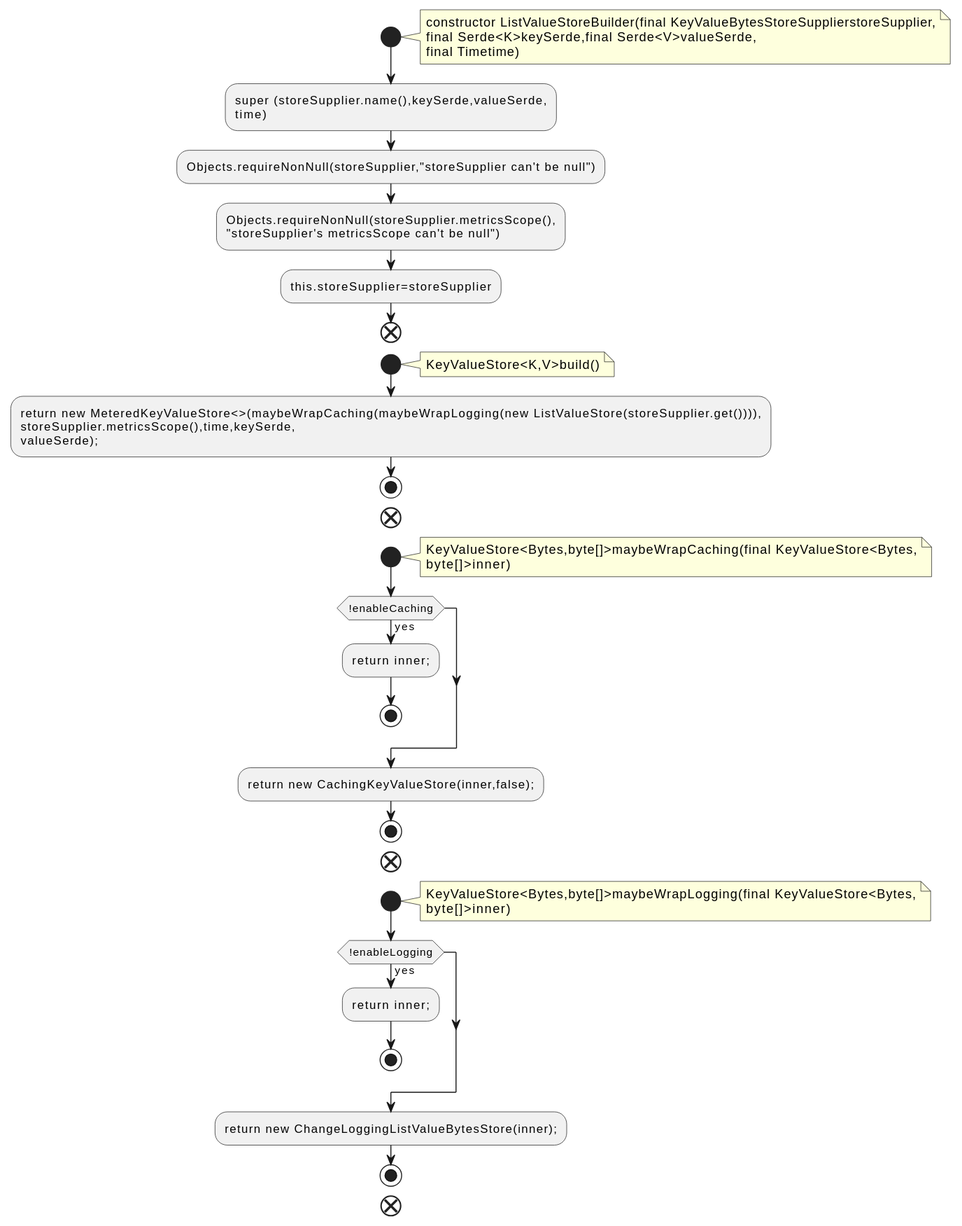
Before: docs/qc/streams/src/main/java/org/apache/kafka/streams/state/internals/ListValueStoreBuilder.java.fct.svg, a diagram exported from PlantUML (qualitesys/kafka).
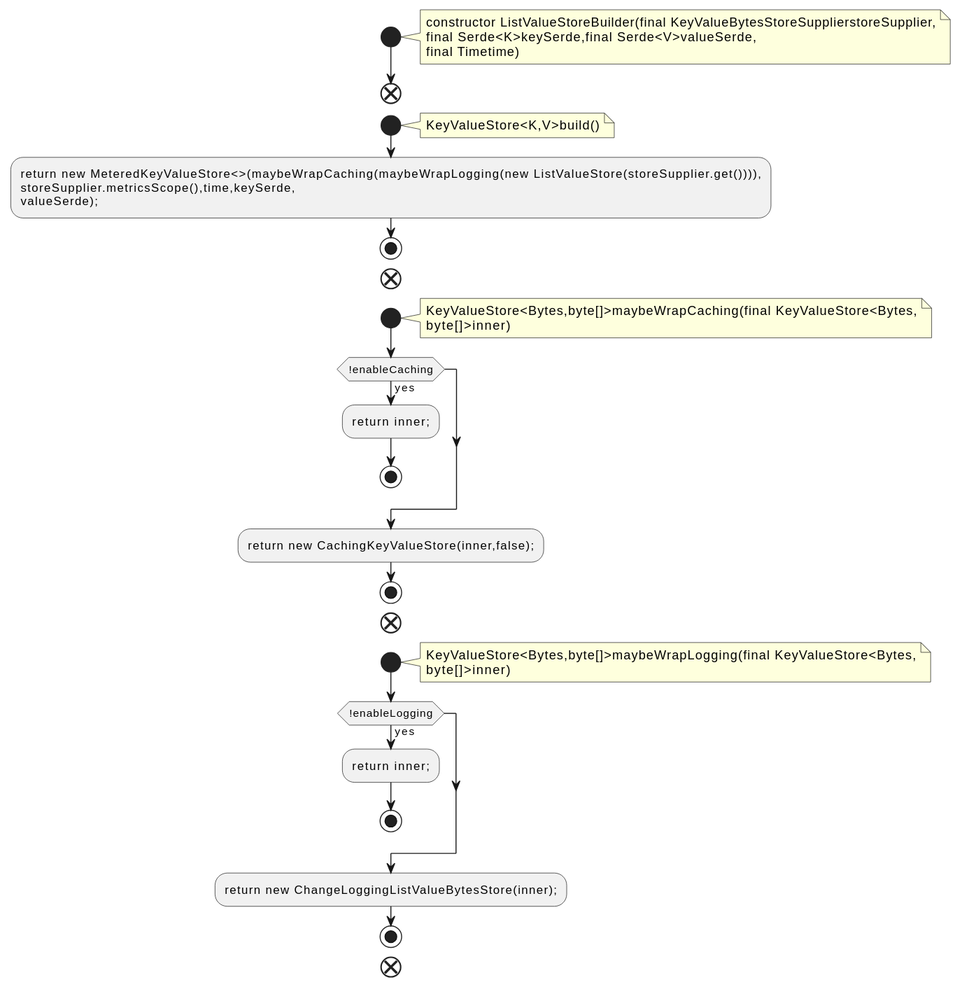
Later version of the same file.

Change to the diagram source:
```diff
@@ -6,12 +6,6 @@
 final Serde<K>keySerde,final Serde<V>valueSerde,
 final Timetime)
 end note
-:super (storeSupplier.name(),keySerde,valueSerde,
-time);
-:Objects.requireNonNull(storeSupplier,"storeSupplier can't be null");
-:Objects.requireNonNull(storeSupplier.metricsScope(),
-"storeSupplier's metricsScope can't be null");
-:this.storeSupplier=storeSupplier;
 end
 start
 note right
```
